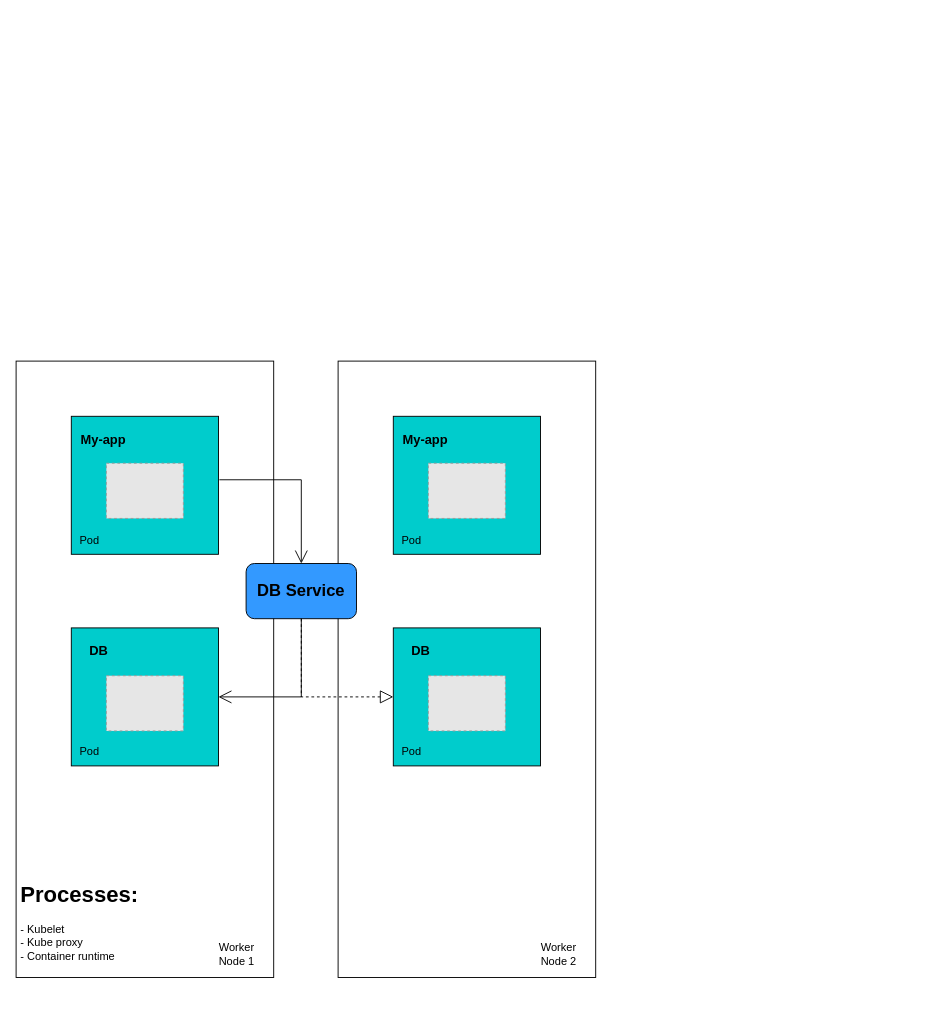
Before: Diagrams/k8s-architecture.drawio in chowdhury18/getting-started-with-kubernetes, a draw.io diagram. Source tidied: cells renumbered, new cells numbered last; positions are measured from the earlier drawing's top-left corner, leaving out a move shared by most shapes. Both pictures are drawn from the tidied source at 92%, with x=0, y=0 at pixel (16, 361). Pictures stored in the file or linked from it are replaced by grey dashed boxes.
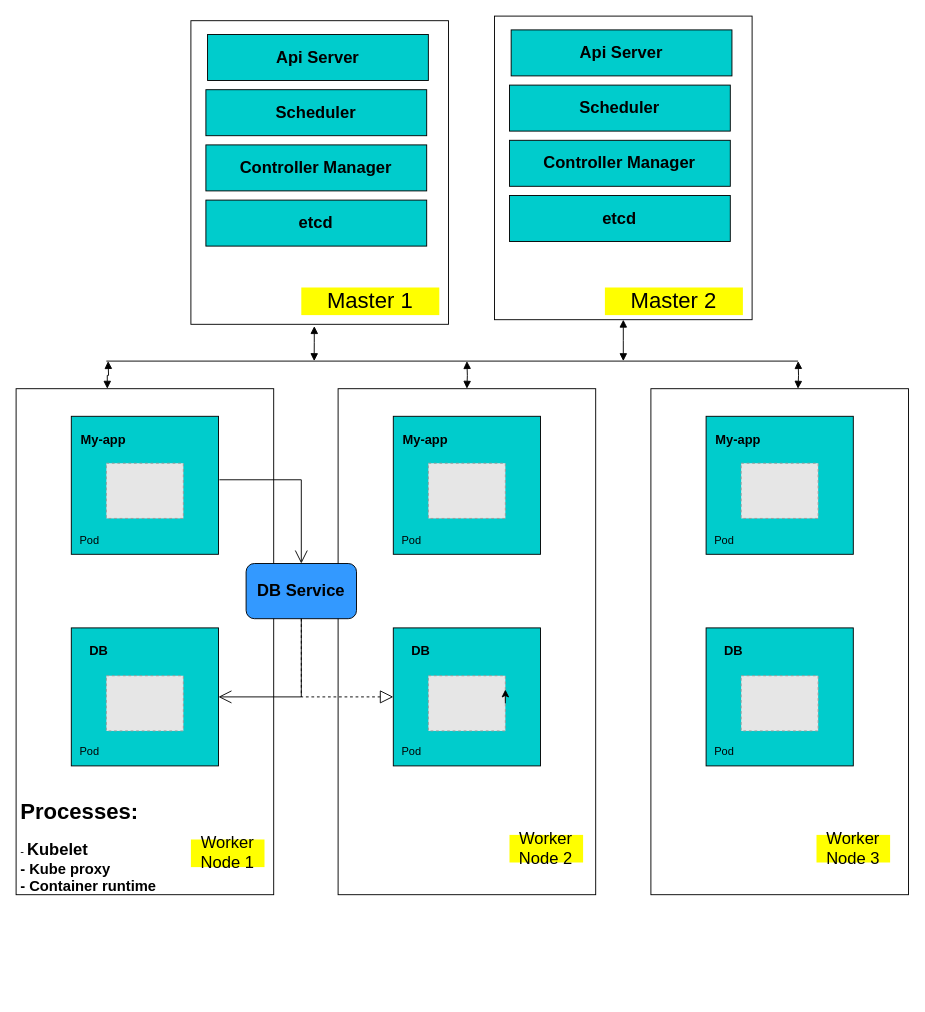
Above is the later version.

The change refers to these unchanged cells:
```xml
<mxCell id="16" style="fillColor=#E6E6E6;strokeColor=#999999;dashed=1;verticalLabelPosition=bottom;labelBackgroundColor=#ffffff;verticalAlign=top;" parent="1" vertex="1">
  <mxGeometry x="448.1" y="342" width="83.7" height="60" as="geometry" />
</mxCell>
```

What changed in the source:
```diff
@@
     <mxCell id="2" style="rounded=0;whiteSpace=wrap;html=1;fillColor=#FFFFFF;" parent="1" vertex="1">
-      <mxGeometry width="280" height="670" as="geometry" />
+      <mxGeometry y="30" width="280" height="550" as="geometry" />
     </mxCell>
@@
-    <mxCell id="11" value="Worker Node 1" style="text;html=1;strokeColor=none;fillColor=none;align=center;verticalAlign=middle;whiteSpace=wrap;rounded=0;" parent="1" vertex="1">
-      <mxGeometry x="210" y="630" width="60" height="30" as="geometry" />
+    <mxCell id="11" value="&lt;font style=&quot;font-size: 18px&quot;&gt;Worker Node 1&lt;/font&gt;" style="text;html=1;strokeColor=none;fillColor=#FFFF00;align=center;verticalAlign=middle;whiteSpace=wrap;rounded=0;" parent="1" vertex="1">
+      <mxGeometry x="190" y="520" width="80" height="30" as="geometry" />
     </mxCell>
     <mxCell id="12" style="rounded=0;whiteSpace=wrap;html=1;fillColor=#FFFFFF;" parent="1" vertex="1">
-      <mxGeometry x="350" width="280" height="670" as="geometry" />
+      <mxGeometry x="350" y="30" width="280" height="550" as="geometry" />
     </mxCell>
@@
-    <mxCell id="21" value="Worker Node 2" style="text;html=1;strokeColor=none;fillColor=none;align=center;verticalAlign=middle;whiteSpace=wrap;rounded=0;" parent="1" vertex="1">
-      <mxGeometry x="560" y="630" width="60" height="30" as="geometry" />
-    </mxCell>
@@
-    <mxCell id="26" value="&lt;h1&gt;Processes:&lt;/h1&gt;&lt;div&gt;- Kubelet&lt;/div&gt;&lt;div&gt;- Kube proxy&lt;/div&gt;&lt;div&gt;- Container runtime&lt;/div&gt;" style="text;html=1;strokeColor=none;fillColor=none;spacing=5;spacingTop=-20;whiteSpace=wrap;overflow=hidden;rounded=0;" parent="1" vertex="1">
-      <mxGeometry y="560" width="190" height="130" as="geometry" />
+    <mxCell id="26" value="&lt;h1&gt;Processes:&lt;/h1&gt;&lt;div&gt;- &lt;b&gt;&lt;font style=&quot;font-size: 18px&quot;&gt;Kubelet&lt;/font&gt;&lt;/b&gt;&lt;/div&gt;&lt;div&gt;&lt;b&gt;&lt;font size=&quot;3&quot;&gt;- Kube proxy&lt;/font&gt;&lt;/b&gt;&lt;/div&gt;&lt;div&gt;&lt;b&gt;&lt;font size=&quot;3&quot;&gt;- Container runtime&lt;/font&gt;&lt;/b&gt;&lt;/div&gt;" style="text;html=1;strokeColor=none;fillColor=none;spacing=5;spacingTop=-20;whiteSpace=wrap;overflow=hidden;rounded=0;" parent="1" vertex="1">
+      <mxGeometry y="470" width="190" height="130" as="geometry" />
     </mxCell>
+    <mxCell id="27" style="rounded=0;whiteSpace=wrap;html=1;fillColor=#FFFFFF;" parent="1" vertex="1">
+      <mxGeometry x="690" y="30" width="280" height="550" as="geometry" />
+    </mxCell>
+    <mxCell id="28" style="rounded=0;whiteSpace=wrap;html=1;fillColor=#00CCCC;" parent="1" vertex="1">
+      <mxGeometry x="750" y="60" width="160" height="150" as="geometry" />
+    </mxCell>
+    <mxCell id="29" style="rounded=0;whiteSpace=wrap;html=1;fillColor=#00CCCC;" parent="1" vertex="1">
+      <mxGeometry x="750" y="290" width="160" height="150" as="geometry" />
+    </mxCell>
+    <mxCell id="30" style="fillColor=#E6E6E6;strokeColor=#999999;dashed=1;verticalLabelPosition=bottom;labelBackgroundColor=#ffffff;verticalAlign=top;" parent="1" vertex="1">
+      <mxGeometry x="788.1" y="111" width="83.7" height="60" as="geometry" />
+    </mxCell>
+    <mxCell id="31" style="fillColor=#E6E6E6;strokeColor=#999999;dashed=1;verticalLabelPosition=bottom;labelBackgroundColor=#ffffff;verticalAlign=top;" parent="1" vertex="1">
+      <mxGeometry x="788.1" y="342" width="83.7" height="60" as="geometry" />
+    </mxCell>
+    <mxCell id="32" value="&lt;b style=&quot;font-size: 14px&quot;&gt;My-app&lt;/b&gt;" style="text;html=1;strokeColor=none;fillColor=none;align=center;verticalAlign=middle;whiteSpace=wrap;rounded=0;" parent="1" vertex="1">
+      <mxGeometry x="755" y="71" width="60" height="30" as="geometry" />
+    </mxCell>
+    <mxCell id="33" value="&lt;span style=&quot;font-size: 14px&quot;&gt;&lt;b&gt;DB&lt;/b&gt;&lt;/span&gt;" style="text;html=1;strokeColor=none;fillColor=none;align=center;verticalAlign=middle;whiteSpace=wrap;rounded=0;" parent="1" vertex="1">
+      <mxGeometry x="750" y="300" width="60" height="30" as="geometry" />
+    </mxCell>
+    <mxCell id="34" value="Pod" style="text;html=1;strokeColor=none;fillColor=none;align=center;verticalAlign=middle;whiteSpace=wrap;rounded=0;" parent="1" vertex="1">
+      <mxGeometry x="740" y="180" width="60" height="30" as="geometry" />
+    </mxCell>
+    <mxCell id="35" value="Pod" style="text;html=1;strokeColor=none;fillColor=none;align=center;verticalAlign=middle;whiteSpace=wrap;rounded=0;" parent="1" vertex="1">
+      <mxGeometry x="740" y="410" width="60" height="30" as="geometry" />
+    </mxCell>
+    <mxCell id="36" style="rounded=0;whiteSpace=wrap;html=1;fillColor=#FFFFFF;" parent="1" vertex="1">
+      <mxGeometry x="190" y="-370" width="280" height="330" as="geometry" />
+    </mxCell>
+    <mxCell id="37" value="&lt;b&gt;&lt;font style=&quot;font-size: 18px&quot;&gt;Api Server&lt;/font&gt;&lt;/b&gt;" style="rounded=0;whiteSpace=wrap;html=1;fillColor=#00CCCC;" parent="1" vertex="1">
+      <mxGeometry x="208.1" y="-355" width="240" height="50" as="geometry" />
+    </mxCell>
+    <mxCell id="38" value="&lt;font style=&quot;font-size: 24px&quot;&gt;Master 1&lt;/font&gt;" style="text;html=1;strokeColor=none;fillColor=#FFFF00;align=center;verticalAlign=middle;whiteSpace=wrap;rounded=0;" parent="1" vertex="1">
+      <mxGeometry x="310" y="-80" width="150" height="30" as="geometry" />
+    </mxCell>
+    <mxCell id="39" value="&lt;b&gt;&lt;font style=&quot;font-size: 18px&quot;&gt;Scheduler&lt;/font&gt;&lt;/b&gt;" style="rounded=0;whiteSpace=wrap;html=1;fillColor=#00CCCC;" parent="1" vertex="1">
+      <mxGeometry x="206.3" y="-295" width="240" height="50" as="geometry" />
+    </mxCell>
+    <mxCell id="40" value="&lt;font style=&quot;font-size: 18px&quot;&gt;&lt;b&gt;Controller Manager&lt;/b&gt;&lt;/font&gt;" style="rounded=0;whiteSpace=wrap;html=1;fillColor=#00CCCC;" parent="1" vertex="1">
+      <mxGeometry x="206.3" y="-235" width="240" height="50" as="geometry" />
+    </mxCell>
+    <mxCell id="41" value="&lt;font style=&quot;font-size: 18px&quot;&gt;&lt;b&gt;etcd&lt;/b&gt;&lt;/font&gt;" style="rounded=0;whiteSpace=wrap;html=1;fillColor=#00CCCC;" parent="1" vertex="1">
+      <mxGeometry x="206.3" y="-175" width="240" height="50" as="geometry" />
+    </mxCell>
+    <mxCell id="42" style="rounded=0;whiteSpace=wrap;html=1;fillColor=#FFFFFF;" parent="1" vertex="1">
+      <mxGeometry x="520" y="-375" width="280" height="330" as="geometry" />
+    </mxCell>
+    <mxCell id="43" value="&lt;b&gt;&lt;font style=&quot;font-size: 18px&quot;&gt;Api Server&lt;/font&gt;&lt;/b&gt;" style="rounded=0;whiteSpace=wrap;html=1;fillColor=#00CCCC;" parent="1" vertex="1">
+      <mxGeometry x="538.1" y="-360" width="240" height="50" as="geometry" />
+    </mxCell>
+    <mxCell id="44" value="&lt;b&gt;&lt;font style=&quot;font-size: 18px&quot;&gt;Scheduler&lt;/font&gt;&lt;/b&gt;" style="rounded=0;whiteSpace=wrap;html=1;fillColor=#00CCCC;" parent="1" vertex="1">
+      <mxGeometry x="536.3" y="-300" width="240" height="50" as="geometry" />
+    </mxCell>
+    <mxCell id="45" value="&lt;font style=&quot;font-size: 18px&quot;&gt;&lt;b&gt;Controller Manager&lt;/b&gt;&lt;/font&gt;" style="rounded=0;whiteSpace=wrap;html=1;fillColor=#00CCCC;" parent="1" vertex="1">
+      <mxGeometry x="536.3" y="-240" width="240" height="50" as="geometry" />
+    </mxCell>
+    <mxCell id="46" value="&lt;font style=&quot;font-size: 18px&quot;&gt;&lt;b&gt;etcd&lt;/b&gt;&lt;/font&gt;" style="rounded=0;whiteSpace=wrap;html=1;fillColor=#00CCCC;" parent="1" vertex="1">
+      <mxGeometry x="536.3" y="-180" width="240" height="50" as="geometry" />
+    </mxCell>
+    <mxCell id="47" style="endArrow=block;startArrow=block;endFill=1;startFill=1;html=1;rounded=0;edgeStyle=orthogonalEdgeStyle;exitX=0.479;exitY=1.006;exitDx=0;exitDy=0;exitPerimeter=0;" parent="1" edge="1" source="36">
+      <mxGeometry relative="1" as="geometry">
+        <mxPoint x="324" as="targetPoint" />
+      </mxGeometry>
+    </mxCell>
+    <mxCell id="48" style="endArrow=block;startArrow=block;endFill=1;startFill=1;html=1;rounded=0;edgeStyle=orthogonalEdgeStyle;exitX=0.5;exitY=1;exitDx=0;exitDy=0;" parent="1" edge="1" source="42">
+      <mxGeometry relative="1" as="geometry">
+        <mxPoint x="660" as="targetPoint" />
+      </mxGeometry>
+    </mxCell>
+    <mxCell id="49" style="edgeStyle=orthogonalEdgeStyle;rounded=0;orthogonalLoop=1;jettySize=auto;html=1;exitX=1;exitY=0.5;exitDx=0;exitDy=0;entryX=1;entryY=0.25;entryDx=0;entryDy=0;" parent="1" edge="1" source="16" target="16">
+      <mxGeometry relative="1" as="geometry" />
+    </mxCell>
+    <mxCell id="50" style="endArrow=block;startArrow=block;endFill=1;startFill=1;html=1;rounded=0;edgeStyle=orthogonalEdgeStyle;entryX=0.571;entryY=0;entryDx=0;entryDy=0;entryPerimeter=0;" parent="1" edge="1" target="27">
+      <mxGeometry relative="1" as="geometry">
+        <mxPoint x="850" as="sourcePoint" />
+      </mxGeometry>
+    </mxCell>
+    <mxCell id="51" style="endArrow=block;startArrow=block;endFill=1;startFill=1;html=1;rounded=0;edgeStyle=orthogonalEdgeStyle;entryX=0.5;entryY=0;entryDx=0;entryDy=0;" parent="1" edge="1" target="12">
+      <mxGeometry relative="1" as="geometry">
+        <mxPoint x="490" as="sourcePoint" />
+      </mxGeometry>
+    </mxCell>
+    <mxCell id="52" style="endArrow=block;startArrow=block;endFill=1;startFill=1;html=1;rounded=0;edgeStyle=orthogonalEdgeStyle;entryX=0.354;entryY=0;entryDx=0;entryDy=0;entryPerimeter=0;" parent="1" edge="1" target="2">
+      <mxGeometry relative="1" as="geometry">
+        <mxPoint x="100" as="sourcePoint" />
+      </mxGeometry>
+    </mxCell>
+    <mxCell id="53" value="&lt;font style=&quot;font-size: 24px&quot;&gt;Master 2&lt;/font&gt;" style="text;html=1;strokeColor=none;fillColor=#FFFF00;align=center;verticalAlign=middle;whiteSpace=wrap;rounded=0;" parent="1" vertex="1">
+      <mxGeometry x="640" y="-80" width="150" height="30" as="geometry" />
+    </mxCell>
+    <mxCell id="21" value="&lt;font style=&quot;font-size: 18px&quot;&gt;Worker Node 2&lt;/font&gt;" style="text;html=1;strokeColor=none;fillColor=#FFFF00;align=center;verticalAlign=middle;whiteSpace=wrap;rounded=0;" parent="1" vertex="1">
+      <mxGeometry x="536.3" y="515" width="80" height="30" as="geometry" />
+    </mxCell>
+    <mxCell id="54" value="&lt;font style=&quot;font-size: 18px&quot;&gt;Worker Node 3&lt;/font&gt;" style="text;html=1;strokeColor=none;fillColor=#FFFF00;align=center;verticalAlign=middle;whiteSpace=wrap;rounded=0;" parent="1" vertex="1">
+      <mxGeometry x="870" y="515" width="80" height="30" as="geometry" />
+    </mxCell>
+    <mxCell id="55" style="endArrow=none;html=1;edgeStyle=orthogonalEdgeStyle;rounded=0;fillColor=#FFFF00;" parent="1" edge="1">
+      <mxGeometry relative="1" as="geometry">
+        <mxPoint x="98.1" as="sourcePoint" />
+        <mxPoint x="850" as="targetPoint" />
+      </mxGeometry>
+    </mxCell>
```
